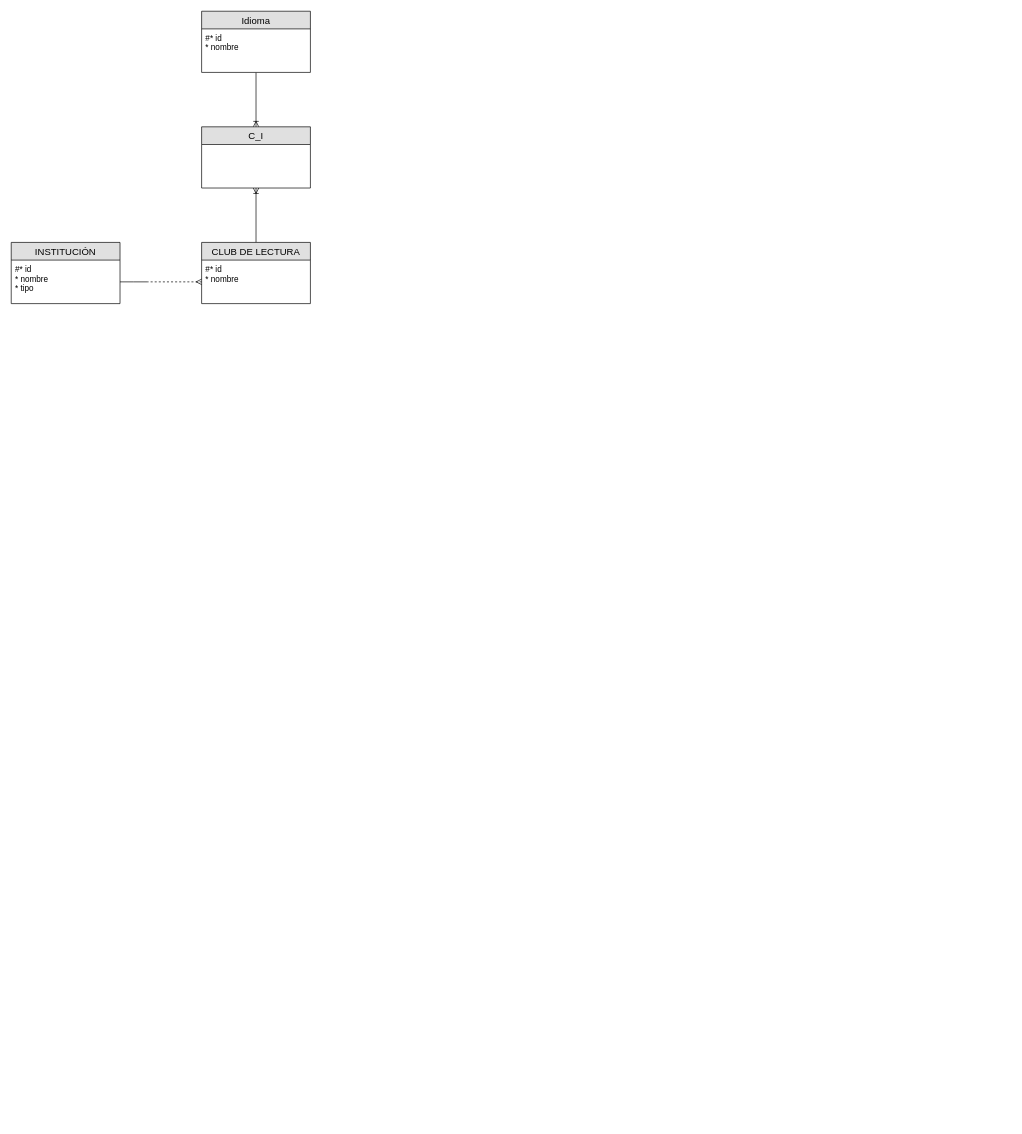
Earlier version of the draw.io diagram DB I/ER.drawio (NeutronBlast/IS-Ex). Source tidied: cells renumbered, new cells numbered last; positions are measured from the earlier drawing's top-left corner, leaving out a move shared by most shapes. Both pictures are drawn from the tidied source at 68%, with x=0, y=0 at pixel (11, 11).
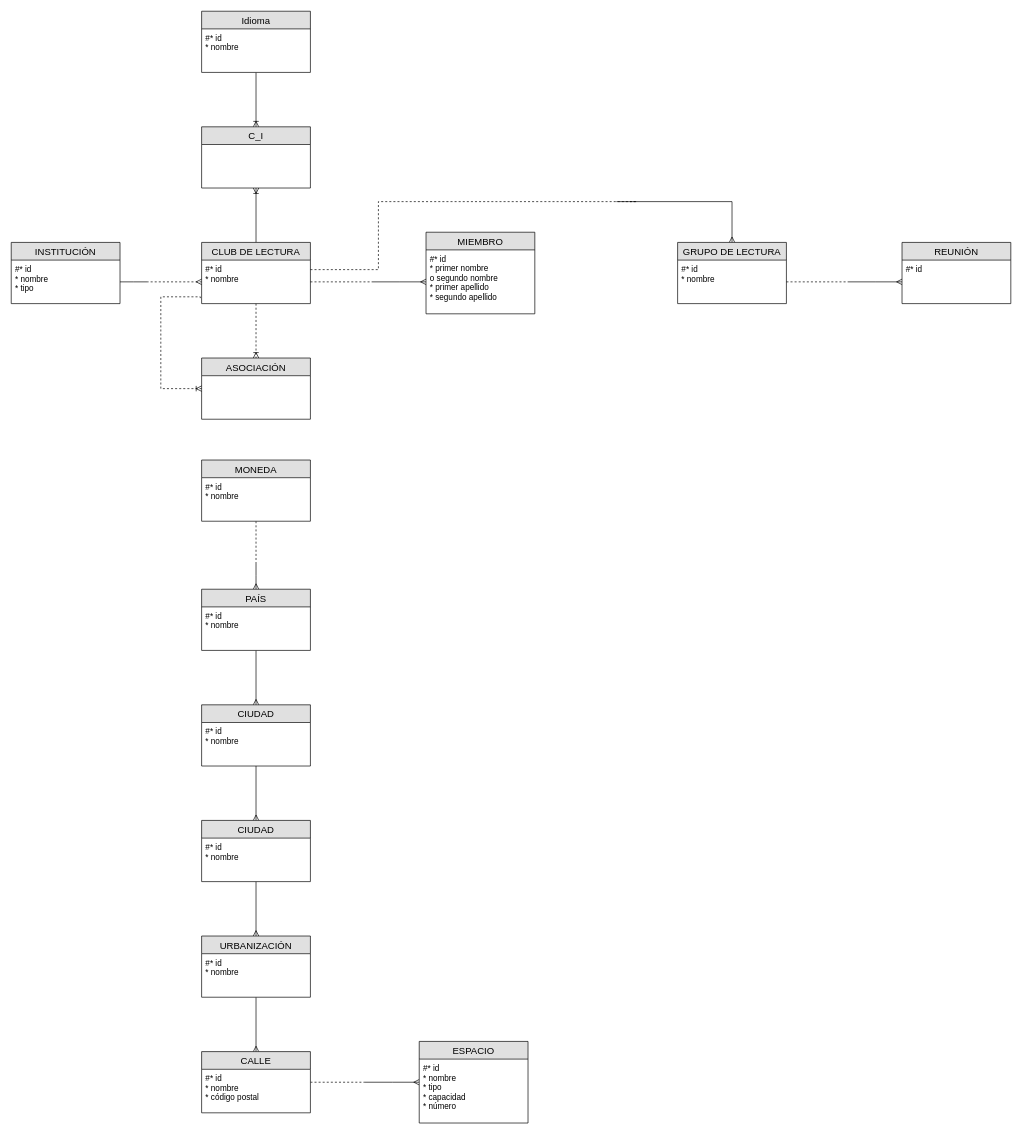
The same page after the edit.

Unchanged cells that the change refers to:
```xml
<mxCell id="6" value="CLUB DE LECTURA" style="swimlane;fontStyle=0;horizontal=1;startSize=26;fillColor=#e0e0e0;swimlaneFillColor=#ffffff;align=center;fontSize=14;" parent="1" vertex="1">
  <mxGeometry x="280" y="340" width="160" height="90" as="geometry" />
</mxCell>
<mxCell id="7" value="#* id&#10;* nombre" style="text;strokeColor=none;fillColor=none;spacingLeft=4;spacingRight=4;overflow=hidden;points=[[0,0.5],[1,0.5]];portConstraint=eastwest;fontSize=12;" parent="6" vertex="1">
  <mxGeometry y="26" width="160" height="64" as="geometry" />
</mxCell>
```

What changed in the source:
```diff
@@
+    <mxCell id="13" style="edgeStyle=orthogonalEdgeStyle;rounded=0;jettySize=auto;html=1;dashed=1;startArrow=none;startFill=0;endArrow=ERoneToMany;endFill=0;" parent="1" edge="1" source="6" target="14">
+      <mxGeometry relative="1" as="geometry" />
+    </mxCell>
@@
+    <mxCell id="14" value="ASOCIACIÓN" style="swimlane;fontStyle=0;horizontal=1;startSize=26;fillColor=#e0e0e0;swimlaneFillColor=#ffffff;align=center;fontSize=14;" parent="1" vertex="1">
+      <mxGeometry x="280" y="510" width="160" height="90" as="geometry" />
+    </mxCell>
@@
+    <mxCell id="15" style="edgeStyle=orthogonalEdgeStyle;rounded=0;jettySize=auto;html=1;exitX=1;exitY=0.5;exitDx=0;exitDy=0;startArrow=none;startFill=0;endArrow=none;endFill=0;dashed=1;" parent="1" edge="1" source="7">
+      <mxGeometry relative="1" as="geometry">
+        <mxPoint x="530" y="398" as="targetPoint" />
+      </mxGeometry>
+    </mxCell>
+    <mxCell id="16" value="MIEMBRO" style="swimlane;fontStyle=0;horizontal=1;startSize=26;fillColor=#e0e0e0;swimlaneFillColor=#ffffff;align=center;fontSize=14;" parent="1" vertex="1">
+      <mxGeometry x="610" y="325" width="160" height="120" as="geometry" />
+    </mxCell>
+    <mxCell id="17" value="#* id&#10;* primer nombre&#10;o segundo nombre&#10;* primer apellido&#10;* segundo apellido" style="text;strokeColor=none;fillColor=none;spacingLeft=4;spacingRight=4;overflow=hidden;points=[[0,0.5],[1,0.5]];portConstraint=eastwest;fontSize=12;" parent="16" vertex="1">
+      <mxGeometry y="26" width="160" height="94" as="geometry" />
+    </mxCell>
+    <mxCell id="18" style="edgeStyle=orthogonalEdgeStyle;rounded=0;jettySize=auto;html=1;exitX=0;exitY=0.5;exitDx=0;exitDy=0;startArrow=ERmany;startFill=0;endArrow=none;endFill=0;" parent="1" edge="1" source="17">
+      <mxGeometry relative="1" as="geometry">
+        <mxPoint x="530" y="398" as="targetPoint" />
+      </mxGeometry>
+    </mxCell>
+    <mxCell id="19" style="edgeStyle=orthogonalEdgeStyle;rounded=0;jettySize=auto;html=1;exitX=0.5;exitY=0;exitDx=0;exitDy=0;startArrow=ERmany;startFill=0;endArrow=none;endFill=0;" parent="1" edge="1" source="20">
+      <mxGeometry relative="1" as="geometry">
+        <mxPoint x="890" y="280" as="targetPoint" />
+        <Array as="points">
+          <mxPoint x="1060" y="280" />
+        </Array>
+      </mxGeometry>
+    </mxCell>
+    <mxCell id="20" value="GRUPO DE LECTURA" style="swimlane;fontStyle=0;horizontal=1;startSize=26;fillColor=#e0e0e0;swimlaneFillColor=#ffffff;align=center;fontSize=14;" parent="1" vertex="1">
+      <mxGeometry x="980" y="340" width="160" height="90" as="geometry" />
+    </mxCell>
+    <mxCell id="21" value="#* id&#10;* nombre" style="text;strokeColor=none;fillColor=none;spacingLeft=4;spacingRight=4;overflow=hidden;points=[[0,0.5],[1,0.5]];portConstraint=eastwest;fontSize=12;" parent="20" vertex="1">
+      <mxGeometry y="26" width="160" height="64" as="geometry" />
+    </mxCell>
+    <mxCell id="22" style="edgeStyle=orthogonalEdgeStyle;rounded=0;orthogonalLoop=1;jettySize=auto;html=1;exitX=1;exitY=0.5;exitDx=0;exitDy=0;startArrow=none;startFill=0;endArrow=none;endFill=0;dashed=1;" parent="1" edge="1">
+      <mxGeometry relative="1" as="geometry">
+        <mxPoint x="440" y="380" as="sourcePoint" />
+        <mxPoint x="910" y="280" as="targetPoint" />
+        <Array as="points">
+          <mxPoint x="540" y="380" />
+          <mxPoint x="540" y="280" />
+          <mxPoint x="920" y="280" />
+        </Array>
+      </mxGeometry>
+    </mxCell>
+    <mxCell id="23" style="edgeStyle=orthogonalEdgeStyle;rounded=0;jettySize=auto;html=1;startArrow=none;startFill=0;endArrow=none;endFill=0;dashed=1;" parent="1" edge="1" source="21">
+      <mxGeometry relative="1" as="geometry">
+        <mxPoint x="1230" y="398" as="targetPoint" />
+      </mxGeometry>
+    </mxCell>
+    <mxCell id="24" value="REUNIÓN" style="swimlane;fontStyle=0;horizontal=1;startSize=26;fillColor=#e0e0e0;swimlaneFillColor=#ffffff;align=center;fontSize=14;" parent="1" vertex="1">
+      <mxGeometry x="1310" y="340" width="160" height="90" as="geometry" />
+    </mxCell>
+    <mxCell id="25" value="#* id" style="text;strokeColor=none;fillColor=none;spacingLeft=4;spacingRight=4;overflow=hidden;points=[[0,0.5],[1,0.5]];portConstraint=eastwest;fontSize=12;" parent="24" vertex="1">
+      <mxGeometry y="26" width="160" height="64" as="geometry" />
+    </mxCell>
+    <mxCell id="26" style="edgeStyle=orthogonalEdgeStyle;rounded=0;jettySize=auto;html=1;exitX=0;exitY=0.5;exitDx=0;exitDy=0;startArrow=ERmany;startFill=0;endArrow=none;endFill=0;" parent="1" edge="1" source="25">
+      <mxGeometry relative="1" as="geometry">
+        <mxPoint x="1230" y="398" as="targetPoint" />
+      </mxGeometry>
+    </mxCell>
+    <mxCell id="27" style="edgeStyle=orthogonalEdgeStyle;rounded=0;jettySize=auto;html=1;exitX=0;exitY=0.5;exitDx=0;exitDy=0;endArrow=none;endFill=0;dashed=1;startArrow=ERoneToMany;startFill=0;entryX=-0.012;entryY=0.875;entryDx=0;entryDy=0;entryPerimeter=0;" parent="1" edge="1" source="14" target="7">
+      <mxGeometry relative="1" as="geometry">
+        <Array as="points">
+          <mxPoint x="220" y="555" />
+          <mxPoint x="220" y="420" />
+          <mxPoint x="278" y="420" />
+        </Array>
+      </mxGeometry>
+    </mxCell>
+    <mxCell id="28" style="edgeStyle=orthogonalEdgeStyle;rounded=0;jettySize=auto;html=1;dashed=1;startArrow=none;startFill=0;endArrow=none;endFill=0;" parent="1" edge="1" source="29">
+      <mxGeometry relative="1" as="geometry">
+        <mxPoint x="360" y="810" as="targetPoint" />
+      </mxGeometry>
+    </mxCell>
+    <mxCell id="29" value="MONEDA" style="swimlane;fontStyle=0;horizontal=1;startSize=26;fillColor=#e0e0e0;swimlaneFillColor=#ffffff;align=center;fontSize=14;" parent="1" vertex="1">
+      <mxGeometry x="280" y="660" width="160" height="90" as="geometry" />
+    </mxCell>
+    <mxCell id="30" value="#* id&#10;* nombre" style="text;strokeColor=none;fillColor=none;spacingLeft=4;spacingRight=4;overflow=hidden;fontSize=12;" parent="29" vertex="1">
+      <mxGeometry y="26" width="160" height="64" as="geometry" />
+    </mxCell>
+    <mxCell id="31" style="edgeStyle=orthogonalEdgeStyle;rounded=0;jettySize=auto;html=1;startArrow=ERmany;startFill=0;endArrow=none;endFill=0;" parent="1" edge="1" source="33">
+      <mxGeometry relative="1" as="geometry">
+        <mxPoint x="360" y="810" as="targetPoint" />
+      </mxGeometry>
+    </mxCell>
+    <mxCell id="32" style="edgeStyle=orthogonalEdgeStyle;rounded=0;jettySize=auto;html=1;startArrow=none;startFill=0;endArrow=ERmany;endFill=0;" parent="1" edge="1" source="33" target="36">
+      <mxGeometry relative="1" as="geometry" />
+    </mxCell>
+    <mxCell id="33" value="PAÍS" style="swimlane;fontStyle=0;horizontal=1;startSize=26;fillColor=#e0e0e0;swimlaneFillColor=#ffffff;align=center;fontSize=14;" parent="1" vertex="1">
+      <mxGeometry x="280" y="850" width="160" height="90" as="geometry" />
+    </mxCell>
+    <mxCell id="34" value="#* id&#10;* nombre" style="text;strokeColor=none;fillColor=none;spacingLeft=4;spacingRight=4;overflow=hidden;fontSize=12;" parent="33" vertex="1">
+      <mxGeometry y="26" width="160" height="64" as="geometry" />
+    </mxCell>
+    <mxCell id="35" style="edgeStyle=orthogonalEdgeStyle;rounded=0;jettySize=auto;html=1;startArrow=none;startFill=0;endArrow=ERmany;endFill=0;" parent="1" edge="1" source="36" target="39">
+      <mxGeometry relative="1" as="geometry" />
+    </mxCell>
+    <mxCell id="36" value="CIUDAD" style="swimlane;fontStyle=0;horizontal=1;startSize=26;fillColor=#e0e0e0;swimlaneFillColor=#ffffff;align=center;fontSize=14;" parent="1" vertex="1">
+      <mxGeometry x="280" y="1020" width="160" height="90" as="geometry" />
+    </mxCell>
+    <mxCell id="37" value="#* id&#10;* nombre" style="text;strokeColor=none;fillColor=none;spacingLeft=4;spacingRight=4;overflow=hidden;fontSize=12;" parent="36" vertex="1">
+      <mxGeometry y="26" width="160" height="64" as="geometry" />
+    </mxCell>
+    <mxCell id="38" style="edgeStyle=orthogonalEdgeStyle;rounded=0;jettySize=auto;html=1;startArrow=none;startFill=0;endArrow=ERmany;endFill=0;" parent="1" edge="1" source="39" target="42">
+      <mxGeometry relative="1" as="geometry" />
+    </mxCell>
+    <mxCell id="39" value="CIUDAD" style="swimlane;fontStyle=0;horizontal=1;startSize=26;fillColor=#e0e0e0;swimlaneFillColor=#ffffff;align=center;fontSize=14;" parent="1" vertex="1">
+      <mxGeometry x="280" y="1190" width="160" height="90" as="geometry" />
+    </mxCell>
+    <mxCell id="40" value="#* id&#10;* nombre" style="text;strokeColor=none;fillColor=none;spacingLeft=4;spacingRight=4;overflow=hidden;fontSize=12;" parent="39" vertex="1">
+      <mxGeometry y="26" width="160" height="64" as="geometry" />
+    </mxCell>
+    <mxCell id="41" style="edgeStyle=orthogonalEdgeStyle;rounded=0;jettySize=auto;html=1;startArrow=none;startFill=0;endArrow=ERmany;endFill=0;" parent="1" edge="1" source="42" target="45">
+      <mxGeometry relative="1" as="geometry" />
+    </mxCell>
+    <mxCell id="42" value="URBANIZACIÓN" style="swimlane;fontStyle=0;horizontal=1;startSize=26;fillColor=#e0e0e0;swimlaneFillColor=#ffffff;align=center;fontSize=14;" parent="1" vertex="1">
+      <mxGeometry x="280" y="1360" width="160" height="90" as="geometry" />
+    </mxCell>
+    <mxCell id="43" value="#* id&#10;* nombre" style="text;strokeColor=none;fillColor=none;spacingLeft=4;spacingRight=4;overflow=hidden;fontSize=12;" parent="42" vertex="1">
+      <mxGeometry y="26" width="160" height="64" as="geometry" />
+    </mxCell>
+    <mxCell id="44" style="edgeStyle=orthogonalEdgeStyle;rounded=0;jettySize=auto;html=1;startArrow=none;startFill=0;endArrow=none;endFill=0;dashed=1;" parent="1" edge="1" source="45">
+      <mxGeometry relative="1" as="geometry">
+        <mxPoint x="520" y="1575" as="targetPoint" />
+      </mxGeometry>
+    </mxCell>
+    <mxCell id="45" value="CALLE" style="swimlane;fontStyle=0;horizontal=1;startSize=26;fillColor=#e0e0e0;swimlaneFillColor=#ffffff;align=center;fontSize=14;" parent="1" vertex="1">
+      <mxGeometry x="280" y="1530" width="160" height="90" as="geometry" />
+    </mxCell>
+    <mxCell id="46" value="#* id&#10;* nombre&#10;* código postal" style="text;strokeColor=none;fillColor=none;spacingLeft=4;spacingRight=4;overflow=hidden;fontSize=12;" parent="45" vertex="1">
+      <mxGeometry y="26" width="160" height="64" as="geometry" />
+    </mxCell>
+    <mxCell id="47" style="edgeStyle=orthogonalEdgeStyle;rounded=0;jettySize=auto;html=1;startArrow=ERmany;startFill=0;endArrow=none;endFill=0;" parent="1" edge="1" source="48">
+      <mxGeometry relative="1" as="geometry">
+        <mxPoint x="520" y="1575" as="targetPoint" />
+      </mxGeometry>
+    </mxCell>
+    <mxCell id="48" value="ESPACIO" style="swimlane;fontStyle=0;horizontal=1;startSize=26;fillColor=#e0e0e0;swimlaneFillColor=#ffffff;align=center;fontSize=14;" parent="1" vertex="1">
+      <mxGeometry x="600" y="1515" width="160" height="120" as="geometry" />
+    </mxCell>
+    <mxCell id="49" value="#* id&#10;* nombre&#10;* tipo&#10;* capacidad&#10;* número" style="text;strokeColor=none;fillColor=none;spacingLeft=4;spacingRight=4;overflow=hidden;fontSize=12;" parent="48" vertex="1">
+      <mxGeometry y="26" width="160" height="94" as="geometry" />
+    </mxCell>
```
